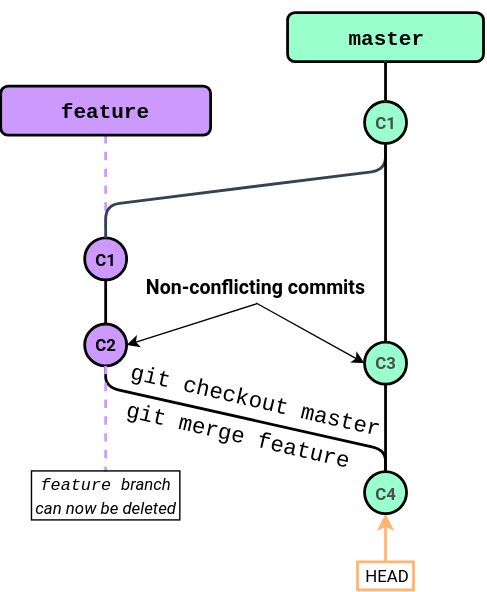
Before: Session 0 - Git/img/Branching_and_Merging/Merging_3way.svg, a diagram exported from draw.io (Python-Crash-Course/Python201). Source tidied: cells renumbered, new cells last; positions are measured from the earlier drawing's top-left corner, leaving out a move shared by most shapes. Source of this version:
```xml
<mxGraphModel>
  <root>
    <mxCell id="0" />
    <mxCell id="1" parent="0" />
    <mxCell id="2" style="endArrow=none;dashed=1;html=1;strokeWidth=2;fillColor=#ffe6cc;strokeColor=#CC99FF;exitX=0.5;exitY=1;exitDx=0;exitDy=0;entryX=0.5;entryY=0;entryDx=0;entryDy=0;" parent="1" edge="1" source="3" target="5">
      <mxGeometry relative="1" as="geometry" />
    </mxCell>
    <mxCell id="3" value="&lt;h1 style=&quot;line-height: 70%&quot;&gt;&lt;b style=&quot;font-size: 15px&quot;&gt;&lt;font face=&quot;Courier New&quot; style=&quot;line-height: 100%&quot;&gt;feature&lt;/font&gt;&lt;/b&gt;&lt;/h1&gt;" style="text;html=1;spacing=5;spacingTop=-20;whiteSpace=wrap;overflow=hidden;rounded=1;align=center;labelBorderColor=none;labelBackgroundColor=none;fillColor=#cc99ff;strokeColor=#000000;fontFamily=Roboto;perimeterSpacing=0;strokeWidth=2;comic=0;glass=0;shadow=0;" parent="1" vertex="1">
      <mxGeometry y="53" width="150" height="35" as="geometry" />
    </mxCell>
    <mxCell id="4" value="&lt;font style=&quot;font-size: 12px&quot;&gt;C1&lt;/font&gt;" style="ellipse;whiteSpace=wrap;html=1;fillColor=#99FFCC;strokeColor=#000000;fontColor=#4D4D4D;fontStyle=1;fontSize=10;fontFamily=Roboto;FType=g;strokeWidth=2;" parent="1" vertex="1">
      <mxGeometry x="260" y="64" width="30" height="30" as="geometry" />
    </mxCell>
    <mxCell id="5" value="&lt;font style=&quot;font-size: 12px&quot;&gt;C1&lt;/font&gt;" style="ellipse;whiteSpace=wrap;html=1;fillColor=#CC99FF;strokeColor=#000000;fontFamily=Roboto;fontStyle=1;fontSize=10;strokeWidth=2;" parent="1" vertex="1">
      <mxGeometry x="60" y="161.5" width="30" height="30" as="geometry" />
    </mxCell>
    <mxCell id="6" style="endArrow=classic;html=1;strokeColor=#FFB570;fontFamily=Roboto;fontSize=8;fontColor=#000000;entryX=0.5;entryY=1;entryDx=0;entryDy=0;fillColor=#ffcc99;exitX=0.5;exitY=0;exitDx=0;exitDy=0;strokeWidth=2;" parent="1" edge="1" source="7" target="11">
      <mxGeometry relative="1" as="geometry" />
    </mxCell>
    <mxCell id="7" value="&lt;font style=&quot;font-size: 12px;&quot;&gt;HEAD&lt;br style=&quot;font-size: 12px;&quot;&gt;&lt;/font&gt;" style="text;html=1;strokeColor=#FFB570;fillColor=none;align=center;verticalAlign=middle;whiteSpace=wrap;rounded=0;rotation=0;fontSize=12;fontFamily=Roboto;strokeWidth=2;" parent="1" vertex="1">
      <mxGeometry x="255" y="393" width="40" height="20" as="geometry" />
    </mxCell>
    <mxCell id="8" style="endArrow=none;html=1;strokeColor=#000000;fontFamily=Roboto;fontSize=14;fontColor=#000000;exitX=0.5;exitY=1;exitDx=0;exitDy=0;entryX=0.5;entryY=0;entryDx=0;entryDy=0;strokeWidth=2;startArrow=none;startFill=0;endFill=0;" parent="1" edge="1" source="5" target="9">
      <mxGeometry relative="1" as="geometry" />
    </mxCell>
    <mxCell id="9" value="&lt;font style=&quot;font-size: 12px&quot;&gt;C2&lt;/font&gt;" style="ellipse;whiteSpace=wrap;html=1;fillColor=#CC99FF;strokeColor=#000000;fontFamily=Roboto;fontStyle=1;fontSize=10;strokeWidth=2;" parent="1" vertex="1">
      <mxGeometry x="60" y="223" width="30" height="30" as="geometry" />
    </mxCell>
    <mxCell id="10" value="&lt;h1 style=&quot;line-height: 70%&quot;&gt;&lt;b style=&quot;font-size: 15px&quot;&gt;&lt;font face=&quot;Courier New&quot; style=&quot;line-height: 100%&quot;&gt;master&lt;/font&gt;&lt;/b&gt;&lt;/h1&gt;" style="text;html=1;spacing=5;spacingTop=-20;whiteSpace=wrap;overflow=hidden;rounded=1;align=center;labelBorderColor=none;labelBackgroundColor=none;fillColor=#99FFCC;strokeColor=#000000;fontFamily=Roboto;perimeterSpacing=0;strokeWidth=2;comic=0;glass=0;shadow=0;" parent="1" vertex="1">
      <mxGeometry x="205" y="0.5" width="140" height="35" as="geometry" />
    </mxCell>
    <mxCell id="11" value="&lt;font style=&quot;font-size: 12px&quot;&gt;C4&lt;/font&gt;" style="ellipse;whiteSpace=wrap;html=1;fillColor=#99FFCC;strokeColor=#000000;fontColor=#4D4D4D;fontStyle=1;fontSize=10;fontFamily=Roboto;FType=g;strokeWidth=2;" parent="1" vertex="1">
      <mxGeometry x="260" y="328.5" width="30" height="30" as="geometry" />
    </mxCell>
    <mxCell id="12" style="endArrow=none;html=1;strokeWidth=2;fontColor=#6FD08C;entryX=0.5;entryY=1;entryDx=0;entryDy=0;fillColor=#647687;strokeColor=#000000;jumpStyle=arc;targetPerimeterSpacing=3;endSize=3;startArrow=none;startFill=0;exitX=0.5;exitY=0;exitDx=0;exitDy=0;" parent="1" edge="1" source="11" target="9">
      <mxGeometry relative="1" as="geometry">
        <Array as="points">
          <mxPoint x="275" y="313" />
          <mxPoint x="75" y="268" />
        </Array>
      </mxGeometry>
    </mxCell>
    <mxCell id="13" value="&lt;font face=&quot;Courier New&quot;&gt;&lt;font style=&quot;font-size: 16px&quot;&gt;git checkout master&lt;/font&gt;&lt;br style=&quot;font-size: 14px&quot;&gt;&lt;/font&gt;" style="text;html=1;strokeColor=none;fillColor=none;align=center;verticalAlign=middle;whiteSpace=wrap;rounded=0;rotation=13;fontSize=14;" parent="1" vertex="1">
      <mxGeometry x="90" y="263" width="185" height="30" as="geometry" />
    </mxCell>
    <mxCell id="14" value="&lt;font face=&quot;Courier New&quot;&gt;&lt;font style=&quot;font-size: 16px&quot;&gt;git merge feature&lt;/font&gt;&lt;br style=&quot;font-size: 14px&quot;&gt;&lt;/font&gt;" style="text;html=1;strokeColor=none;fillColor=none;align=center;verticalAlign=middle;whiteSpace=wrap;rounded=0;rotation=13;fontSize=14;" parent="1" vertex="1">
      <mxGeometry x="85" y="288" width="170" height="30" as="geometry" />
    </mxCell>
    <mxCell id="15" style="endArrow=none;dashed=1;html=1;strokeWidth=2;fillColor=#d5e8d4;strokeColor=#99FFCC;entryX=0.5;entryY=0;entryDx=0;entryDy=0;exitX=0.5;exitY=1;exitDx=0;exitDy=0;" parent="1" edge="1" source="10" target="4">
      <mxGeometry relative="1" as="geometry" />
    </mxCell>
    <mxCell id="16" style="endArrow=none;html=1;strokeColor=#000000;fontFamily=Roboto;fontSize=8;fontColor=#000000;exitX=0.5;exitY=1;exitDx=0;exitDy=0;entryX=0.5;entryY=0;entryDx=0;entryDy=0;strokeWidth=2;endFill=0;" parent="1" edge="1" source="10" target="4">
      <mxGeometry relative="1" as="geometry" />
    </mxCell>
    <mxCell id="17" style="endArrow=none;html=1;strokeWidth=2;fontColor=#6FD08C;fillColor=#647687;strokeColor=#314354;jumpStyle=arc;targetPerimeterSpacing=0;endSize=0;startArrow=none;startFill=0;exitX=0.5;exitY=0;exitDx=0;exitDy=0;" parent="1" edge="1" source="5">
      <mxGeometry relative="1" as="geometry">
        <mxPoint x="275" y="93" as="targetPoint" />
        <Array as="points">
          <mxPoint x="75" y="138" />
          <mxPoint x="275" y="113" />
        </Array>
      </mxGeometry>
    </mxCell>
    <mxCell id="18" style="endArrow=none;html=1;strokeWidth=2;entryX=0.5;entryY=0;entryDx=0;entryDy=0;endFill=0;" parent="1" edge="1" source="19" target="11">
      <mxGeometry relative="1" as="geometry" />
    </mxCell>
    <mxCell id="19" value="&lt;font style=&quot;font-size: 12px&quot;&gt;C3&lt;/font&gt;" style="ellipse;whiteSpace=wrap;html=1;fillColor=#99FFCC;strokeColor=#000000;fontColor=#4D4D4D;fontStyle=1;fontSize=10;fontFamily=Roboto;FType=g;strokeWidth=2;" parent="1" vertex="1">
      <mxGeometry x="260" y="236" width="30" height="30" as="geometry" />
    </mxCell>
    <mxCell id="20" style="endArrow=none;html=1;strokeWidth=2;entryX=0.5;entryY=0;entryDx=0;entryDy=0;endFill=0;" parent="1" edge="1" target="19">
      <mxGeometry relative="1" as="geometry">
        <mxPoint x="275" y="93" as="sourcePoint" />
      </mxGeometry>
    </mxCell>
    <mxCell id="21" value="Non-conflicting commits" style="text;html=1;strokeColor=none;fillColor=none;align=center;verticalAlign=middle;whiteSpace=wrap;rounded=0;fontFamily=Roboto;rotation=0;fontStyle=1;fontSize=14;" parent="1" vertex="1">
      <mxGeometry x="100" y="183" width="165" height="25" as="geometry" />
    </mxCell>
    <mxCell id="22" style="endArrow=classic;html=1;fontSize=14;entryX=1;entryY=0.5;entryDx=0;entryDy=0;exitX=0.504;exitY=1.02;exitDx=0;exitDy=0;exitPerimeter=0;" parent="1" edge="1" source="21" target="9">
      <mxGeometry relative="1" as="geometry" />
    </mxCell>
    <mxCell id="23" style="endArrow=classic;html=1;fontSize=14;exitX=0.5;exitY=1;exitDx=0;exitDy=0;entryX=0;entryY=0.5;entryDx=0;entryDy=0;" parent="1" edge="1" source="21" target="19">
      <mxGeometry relative="1" as="geometry" />
    </mxCell>
    <mxCell id="24" style="endArrow=none;dashed=1;html=1;strokeWidth=2;fillColor=#ffe6cc;strokeColor=#CC99FF;exitX=0.5;exitY=1;exitDx=0;exitDy=0;" parent="1" edge="1" source="9" target="25">
      <mxGeometry relative="1" as="geometry" />
    </mxCell>
    <mxCell id="25" value="&lt;font color=&quot;#000000&quot; style=&quot;font-size: 12px&quot;&gt;&lt;font style=&quot;font-size: 12px&quot; face=&quot;Courier New&quot;&gt;feature &lt;/font&gt;branch can now be deleted&lt;/font&gt;" style="text;html=1;strokeColor=none;fillColor=none;align=center;verticalAlign=middle;whiteSpace=wrap;rounded=0;fontFamily=Roboto;rotation=0;fontStyle=2;fontSize=14;fontColor=#FF3333;labelBorderColor=#000000;" parent="1" vertex="1">
      <mxGeometry x="20.5" y="328.5" width="109" height="30" as="geometry" />
    </mxCell>
  </root>
</mxGraphModel>
```
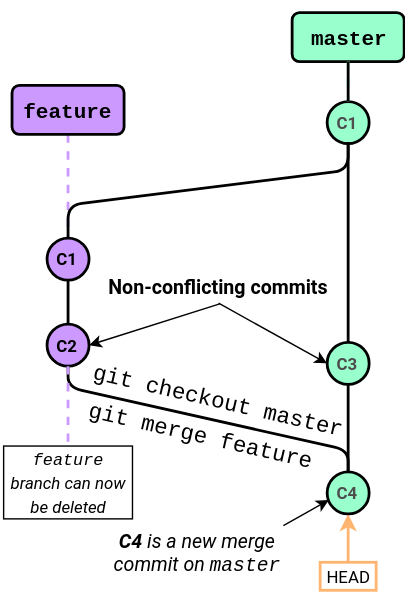
Later version of the same file.

What changed in the source:
```diff
@@ -6,7 +6,7 @@
       <mxGeometry relative="1" as="geometry" />
     </mxCell>
     <mxCell id="3" value="&lt;h1 style=&quot;line-height: 70%&quot;&gt;&lt;b style=&quot;font-size: 15px&quot;&gt;&lt;font face=&quot;Courier New&quot; style=&quot;line-height: 100%&quot;&gt;feature&lt;/font&gt;&lt;/b&gt;&lt;/h1&gt;" style="text;html=1;spacing=5;spacingTop=-20;whiteSpace=wrap;overflow=hidden;rounded=1;align=center;labelBorderColor=none;labelBackgroundColor=none;fillColor=#cc99ff;strokeColor=#000000;fontFamily=Roboto;perimeterSpacing=0;strokeWidth=2;comic=0;glass=0;shadow=0;" parent="1" vertex="1">
-      <mxGeometry y="53" width="150" height="35" as="geometry" />
+      <mxGeometry x="35" y="52.5" width="80" height="35" as="geometry" />
     </mxCell>
     <mxCell id="4" value="&lt;font style=&quot;font-size: 12px&quot;&gt;C1&lt;/font&gt;" style="ellipse;whiteSpace=wrap;html=1;fillColor=#99FFCC;strokeColor=#000000;fontColor=#4D4D4D;fontStyle=1;fontSize=10;fontFamily=Roboto;FType=g;strokeWidth=2;" parent="1" vertex="1">
       <mxGeometry x="260" y="64" width="30" height="30" as="geometry" />
@@ -27,7 +27,7 @@
       <mxGeometry x="60" y="223" width="30" height="30" as="geometry" />
     </mxCell>
     <mxCell id="10" value="&lt;h1 style=&quot;line-height: 70%&quot;&gt;&lt;b style=&quot;font-size: 15px&quot;&gt;&lt;font face=&quot;Courier New&quot; style=&quot;line-height: 100%&quot;&gt;master&lt;/font&gt;&lt;/b&gt;&lt;/h1&gt;" style="text;html=1;spacing=5;spacingTop=-20;whiteSpace=wrap;overflow=hidden;rounded=1;align=center;labelBorderColor=none;labelBackgroundColor=none;fillColor=#99FFCC;strokeColor=#000000;fontFamily=Roboto;perimeterSpacing=0;strokeWidth=2;comic=0;glass=0;shadow=0;" parent="1" vertex="1">
-      <mxGeometry x="205" y="0.5" width="140" height="35" as="geometry" />
+      <mxGeometry x="235" y="0.5" width="80" height="35" as="geometry" />
     </mxCell>
     <mxCell id="11" value="&lt;font style=&quot;font-size: 12px&quot;&gt;C4&lt;/font&gt;" style="ellipse;whiteSpace=wrap;html=1;fillColor=#99FFCC;strokeColor=#000000;fontColor=#4D4D4D;fontStyle=1;fontSize=10;fontFamily=Roboto;FType=g;strokeWidth=2;" parent="1" vertex="1">
       <mxGeometry x="260" y="328.5" width="30" height="30" as="geometry" />
@@ -52,7 +52,7 @@
     <mxCell id="16" style="endArrow=none;html=1;strokeColor=#000000;fontFamily=Roboto;fontSize=8;fontColor=#000000;exitX=0.5;exitY=1;exitDx=0;exitDy=0;entryX=0.5;entryY=0;entryDx=0;entryDy=0;strokeWidth=2;endFill=0;" parent="1" edge="1" source="10" target="4">
       <mxGeometry relative="1" as="geometry" />
     </mxCell>
-    <mxCell id="17" style="endArrow=none;html=1;strokeWidth=2;fontColor=#6FD08C;fillColor=#647687;strokeColor=#314354;jumpStyle=arc;targetPerimeterSpacing=0;endSize=0;startArrow=none;startFill=0;exitX=0.5;exitY=0;exitDx=0;exitDy=0;" parent="1" edge="1" source="5">
+    <mxCell id="17" style="endArrow=none;html=1;strokeWidth=2;fontColor=#6FD08C;fillColor=#647687;strokeColor=#000000;jumpStyle=arc;targetPerimeterSpacing=0;endSize=0;startArrow=none;startFill=0;exitX=0.5;exitY=0;exitDx=0;exitDy=0;" parent="1" edge="1" source="5">
       <mxGeometry relative="1" as="geometry">
         <mxPoint x="275" y="93" as="targetPoint" />
         <Array as="points">
@@ -73,7 +73,7 @@
       </mxGeometry>
     </mxCell>
     <mxCell id="21" value="Non-conflicting commits" style="text;html=1;strokeColor=none;fillColor=none;align=center;verticalAlign=middle;whiteSpace=wrap;rounded=0;fontFamily=Roboto;rotation=0;fontStyle=1;fontSize=14;" parent="1" vertex="1">
-      <mxGeometry x="100" y="183" width="165" height="25" as="geometry" />
+      <mxGeometry x="80" y="183" width="205" height="25" as="geometry" />
     </mxCell>
     <mxCell id="22" style="endArrow=classic;html=1;fontSize=14;entryX=1;entryY=0.5;entryDx=0;entryDy=0;exitX=0.504;exitY=1.02;exitDx=0;exitDy=0;exitPerimeter=0;" parent="1" edge="1" source="21" target="9">
       <mxGeometry relative="1" as="geometry" />
@@ -85,7 +85,13 @@
       <mxGeometry relative="1" as="geometry" />
     </mxCell>
     <mxCell id="25" value="&lt;font color=&quot;#000000&quot; style=&quot;font-size: 12px&quot;&gt;&lt;font style=&quot;font-size: 12px&quot; face=&quot;Courier New&quot;&gt;feature &lt;/font&gt;branch can now be deleted&lt;/font&gt;" style="text;html=1;strokeColor=none;fillColor=none;align=center;verticalAlign=middle;whiteSpace=wrap;rounded=0;fontFamily=Roboto;rotation=0;fontStyle=2;fontSize=14;fontColor=#FF3333;labelBorderColor=#000000;" parent="1" vertex="1">
-      <mxGeometry x="20.5" y="328.5" width="109" height="30" as="geometry" />
+      <mxGeometry x="27.5" y="308.5" width="95" height="50" as="geometry" />
     </mxCell>
+    <mxCell id="26" value="&lt;font color=&quot;#000000&quot; style=&quot;font-size: 14px;&quot;&gt;&lt;b style=&quot;font-size: 14px;&quot;&gt;C4&amp;nbsp;&lt;/b&gt;is a new merge commit on&amp;nbsp;&lt;font face=&quot;Courier New&quot; style=&quot;font-size: 14px;&quot;&gt;master&lt;/font&gt;&lt;/font&gt;&lt;font color=&quot;#000000&quot; style=&quot;font-size: 14px;&quot;&gt;&lt;br style=&quot;font-size: 14px;&quot;&gt;&amp;nbsp;&lt;/font&gt;" style="text;html=1;strokeColor=none;fillColor=none;align=center;verticalAlign=middle;whiteSpace=wrap;rounded=0;fontFamily=Roboto;rotation=0;fontStyle=2;fontSize=14;fontColor=#FF3333;labelBorderColor=none;" parent="1" vertex="1">
+      <mxGeometry x="105" y="363.5" width="125" height="59" as="geometry" />
+    </mxCell>
+    <mxCell id="27" style="endArrow=classic;html=1;entryX=0.039;entryY=0.669;entryDx=0;entryDy=0;exitX=0.99;exitY=0.057;exitDx=0;exitDy=0;exitPerimeter=0;entryPerimeter=0;" parent="1" edge="1" source="26" target="11">
+      <mxGeometry relative="1" as="geometry" />
+    </mxCell>
   </root>
 </mxGraphModel>
```
